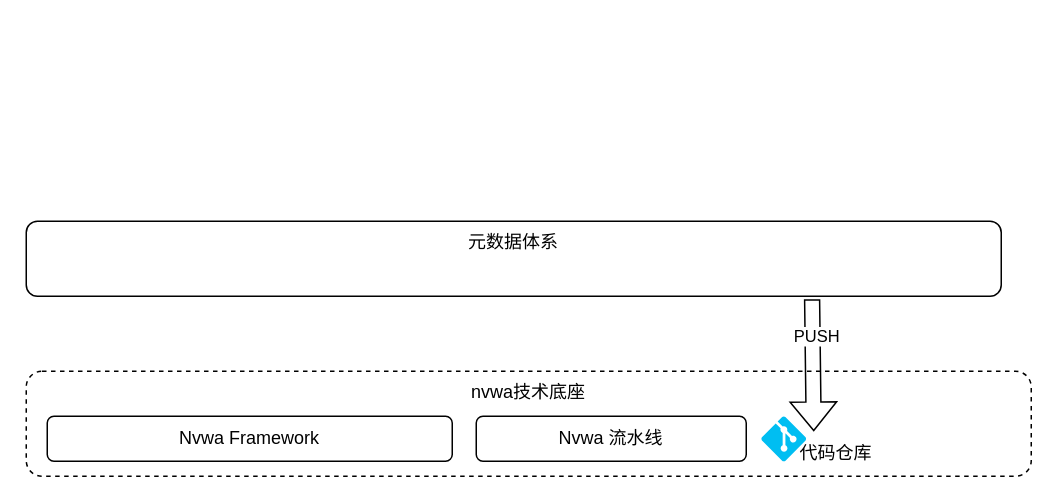
Earlier version of the draw.io diagram page "架构图" (1 of 2) of 轻量级业务构建体系.drawio (lornezhang66/draw.io). Source tidied: cells renumbered, new cells numbered last; positions are measured from the earlier drawing's top-left corner, leaving out a move shared by most shapes. Both pictures are drawn from the tidied source at 150%, with x=0, y=0 at pixel (26, 220). Pictures stored in the file or linked from it are replaced by grey dashed boxes.
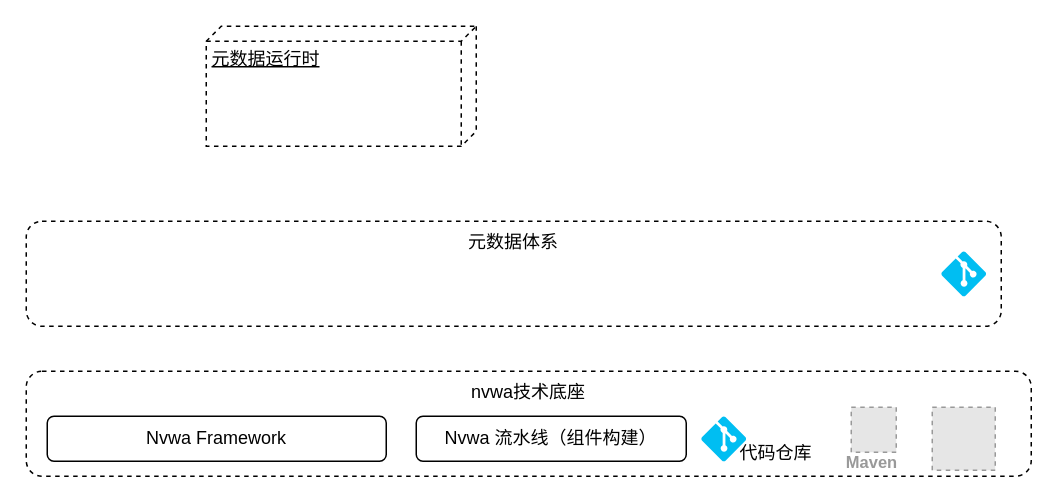
After the change.

Commit message (it also covers changes not shown here):
更新轻量级业务构建体系.drawio

What changed in the source:
```diff
@@
 <mxGraphModel>
   <root>
     <mxCell id="0" />
     <mxCell id="1" parent="0" />
     <mxCell id="2" value="nvwa技术底座" style="rounded=1;whiteSpace=wrap;html=1;verticalAlign=top;dashed=1;" parent="1" vertex="1">
       <mxGeometry y="100" width="670" height="70" as="geometry" />
     </mxCell>
     <mxCell id="3" value="Nvwa Framework" style="rounded=1;whiteSpace=wrap;html=1;" parent="1" vertex="1">
-      <mxGeometry x="14" y="130" width="270" height="30" as="geometry" />
+      <mxGeometry x="14" y="130" width="226" height="30" as="geometry" />
     </mxCell>
-    <mxCell id="4" value="Nvwa 流水线" style="rounded=1;whiteSpace=wrap;html=1;" parent="1" vertex="1">
-      <mxGeometry x="300" y="130" width="180" height="30" as="geometry" />
+    <mxCell id="4" value="Nvwa 流水线（组件构建）" style="rounded=1;whiteSpace=wrap;html=1;" parent="1" vertex="1">
+      <mxGeometry x="260" y="130" width="180" height="30" as="geometry" />
     </mxCell>
+    <mxCell id="7" value="元数据体系" style="rounded=1;whiteSpace=wrap;html=1;verticalAlign=top;dashed=1;" parent="1" vertex="1">
+      <mxGeometry width="650" height="70" as="geometry" />
+    </mxCell>
+    <mxCell id="10" style="group;" parent="1" vertex="1">
+      <mxGeometry x="450" y="130" width="80" height="40" as="geometry" />
+    </mxCell>
-    <mxCell id="5" style="verticalLabelPosition=bottom;html=1;verticalAlign=top;align=center;strokeColor=none;fillColor=#00BEF2;shape=mxgraph.azure.git_repository;" parent="1" vertex="1">
-      <mxGeometry x="490" y="130" width="30" height="30" as="geometry" />
+    <mxCell id="5" style="verticalLabelPosition=bottom;html=1;verticalAlign=top;align=center;strokeColor=none;fillColor=#00BEF2;shape=mxgraph.azure.git_repository;" parent="10" vertex="1">
+      <mxGeometry width="30" height="30" as="geometry" />
     </mxCell>
-    <mxCell id="6" value="代码仓库" style="text;html=1;strokeColor=none;fillColor=none;align=center;verticalAlign=middle;whiteSpace=wrap;rounded=0;" parent="1" vertex="1">
-      <mxGeometry x="510" y="140" width="60" height="30" as="geometry" />
+    <mxCell id="6" value="代码仓库" style="text;html=1;strokeColor=none;fillColor=none;align=center;verticalAlign=middle;whiteSpace=wrap;rounded=0;" parent="10" vertex="1">
+      <mxGeometry x="20" y="10" width="60" height="30" as="geometry" />
     </mxCell>
-    <mxCell id="7" value="元数据体系" style="rounded=1;whiteSpace=wrap;html=1;verticalAlign=top;" parent="1" vertex="1">
-      <mxGeometry width="650" height="50" as="geometry" />
-    </mxCell>
-    <mxCell id="8" style="shape=flexArrow;endArrow=classic;html=1;rounded=0;exitX=0.806;exitY=1.04;exitDx=0;exitDy=0;exitPerimeter=0;entryX=0.25;entryY=0;entryDx=0;entryDy=0;" parent="1" edge="1" source="7" target="6">
-      <mxGeometry relative="1" as="geometry" />
-    </mxCell>
-    <mxCell id="9" value="PUSH" style="edgeLabel;html=1;align=center;verticalAlign=middle;" parent="8" vertex="1">
-      <mxGeometry x="-0.43" y="2" relative="1" as="geometry" />
-    </mxCell>
+    <mxCell id="11" style="verticalLabelPosition=bottom;html=1;verticalAlign=top;align=center;strokeColor=none;fillColor=#00BEF2;shape=mxgraph.azure.git_repository;" parent="1" vertex="1">
+      <mxGeometry x="610" y="20" width="30" height="30" as="geometry" />
+    </mxCell>
+    <mxCell id="12" value="元数据运行时" style="verticalAlign=top;align=left;spacingTop=8;spacingLeft=2;spacingRight=12;shape=cube;size=10;direction=south;fontStyle=4;html=1;dashed=1;" parent="1" vertex="1">
+      <mxGeometry x="120" y="-130" width="180" height="80" as="geometry" />
+    </mxCell>
+    <mxCell id="13" value="Maven&amp;nbsp;" style="fillColor=#E6E6E6;strokeColor=#999999;dashed=1;html=1;verticalAlign=top;labelPosition=center;verticalLabelPosition=bottom;align=center;spacingTop=-6;fontSize=11;fontStyle=1;fontColor=#999999;" parent="1" vertex="1">
+      <mxGeometry x="550" y="124" width="30" height="30" as="geometry" />
+    </mxCell>
+    <mxCell id="14" style="fillColor=#E6E6E6;strokeColor=#999999;dashed=1;html=1;verticalAlign=top;verticalLabelPosition=bottom;labelBackgroundColor=#ffffff;" parent="1" vertex="1">
+      <mxGeometry x="604" y="124" width="42" height="42" as="geometry" />
+    </mxCell>
   </root>
 </mxGraphModel>
```
